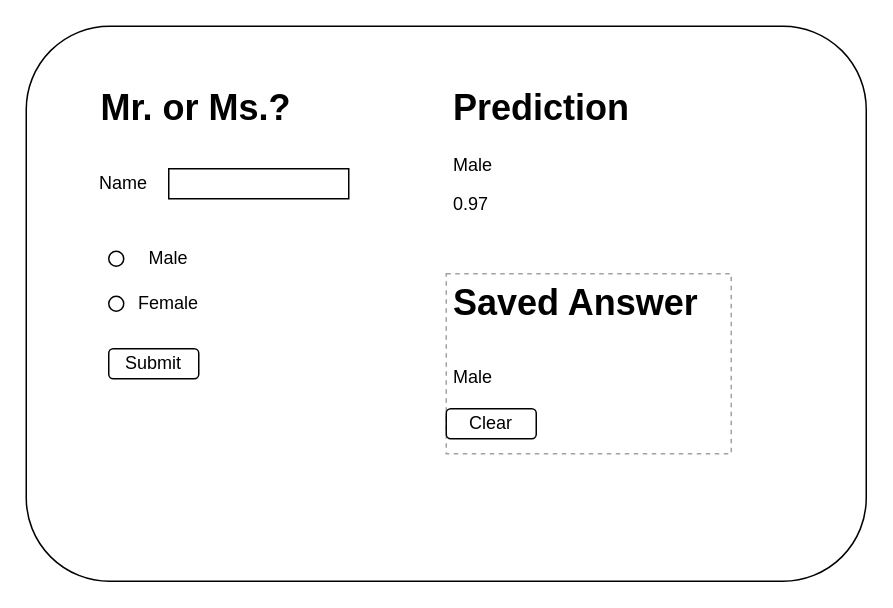
1995parham-teaching/ie-exam keeps this draw.io diagram as page "content" (2 of 2) of genderize/genderize.drawio. Above is the earlier version. Source tidied: cells renumbered, new cells numbered last; positions are measured from the earlier drawing's top-left corner, leaving out a move shared by most shapes. Both pictures are drawn from the tidied source at 150%, with x=0, y=0 at pixel (26, 26).
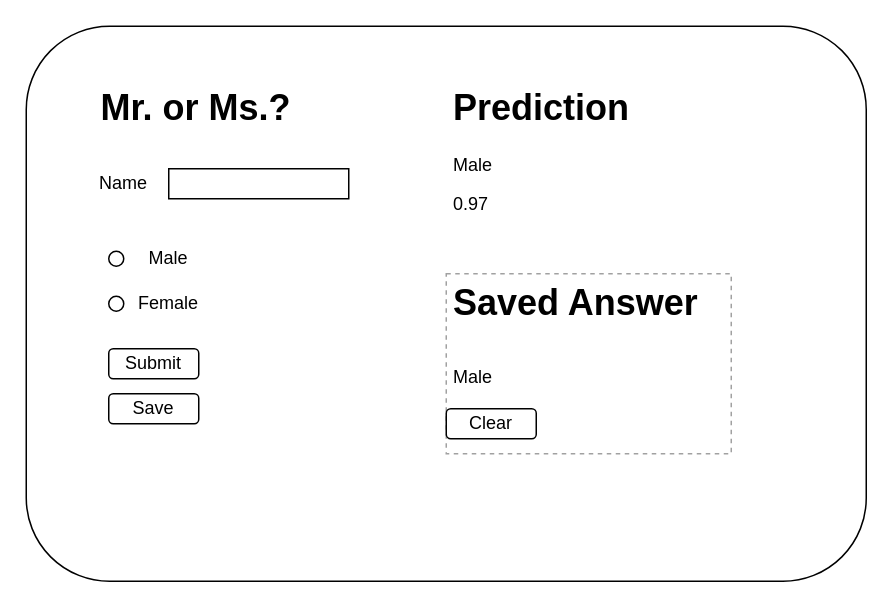
After the change.

Commit message (it also covers changes not shown here):
fix: update genederize design

Change to the diagram source:
```diff
@@
 <mxGraphModel>
   <root>
     <mxCell id="0" />
     <mxCell id="1" parent="0" />
     <mxCell id="2" style="rounded=1;whiteSpace=wrap;html=1;" parent="1" vertex="1">
       <mxGeometry width="560" height="370" as="geometry" />
     </mxCell>
     <mxCell id="3" value="&lt;h1&gt;Mr. or Ms.?&lt;/h1&gt;&lt;div&gt;&lt;br&gt;&lt;/div&gt;&lt;p&gt;&lt;/p&gt;" style="text;html=1;strokeColor=none;fillColor=none;spacing=5;spacingTop=-20;whiteSpace=wrap;overflow=hidden;rounded=0;" parent="1" vertex="1">
       <mxGeometry x="45" y="35" width="190" height="40" as="geometry" />
     </mxCell>
     <mxCell id="4" value="Name" style="text;html=1;strokeColor=none;fillColor=none;align=center;verticalAlign=middle;whiteSpace=wrap;rounded=0;" parent="1" vertex="1">
       <mxGeometry x="45" y="95" width="40" height="20" as="geometry" />
     </mxCell>
     <mxCell id="5" style="rounded=0;whiteSpace=wrap;html=1;" parent="1" vertex="1">
       <mxGeometry x="95" y="95" width="120" height="20" as="geometry" />
     </mxCell>
     <mxCell id="6" style="ellipse;whiteSpace=wrap;html=1;" parent="1" vertex="1">
       <mxGeometry x="55" y="150" width="10" height="10" as="geometry" />
     </mxCell>
     <mxCell id="7" value="Male" style="text;html=1;strokeColor=none;fillColor=none;align=center;verticalAlign=middle;whiteSpace=wrap;rounded=0;" parent="1" vertex="1">
       <mxGeometry x="75" y="145" width="40" height="20" as="geometry" />
     </mxCell>
     <mxCell id="8" style="ellipse;whiteSpace=wrap;html=1;" parent="1" vertex="1">
       <mxGeometry x="55" y="180" width="10" height="10" as="geometry" />
     </mxCell>
     <mxCell id="9" value="Female" style="text;html=1;strokeColor=none;fillColor=none;align=center;verticalAlign=middle;whiteSpace=wrap;rounded=0;" parent="1" vertex="1">
       <mxGeometry x="75" y="175" width="40" height="20" as="geometry" />
     </mxCell>
     <mxCell id="10" value="Submit" style="rounded=1;whiteSpace=wrap;html=1;" parent="1" vertex="1">
       <mxGeometry x="55" y="215" width="60" height="20" as="geometry" />
     </mxCell>
     <mxCell id="11" value="&lt;h1&gt;Prediction&lt;/h1&gt;&lt;p&gt;Male&lt;/p&gt;&lt;p&gt;0.97&lt;/p&gt;" style="text;html=1;strokeColor=none;fillColor=none;spacing=5;spacingTop=-20;whiteSpace=wrap;overflow=hidden;rounded=0;" parent="1" vertex="1">
       <mxGeometry x="280" y="35" width="190" height="120" as="geometry" />
     </mxCell>
     <mxCell id="12" value="&lt;h1&gt;&lt;span&gt;Saved Answer&lt;/span&gt;&lt;/h1&gt;&lt;h1&gt;&lt;span style=&quot;font-size: 12px ; font-weight: normal&quot;&gt;Male&lt;/span&gt;&lt;br&gt;&lt;/h1&gt;" style="text;html=1;spacing=5;spacingTop=-20;whiteSpace=wrap;overflow=hidden;rounded=0;dashed=1;strokeColor=#A1A1A1;" parent="1" vertex="1">
       <mxGeometry x="280" y="165" width="190" height="120" as="geometry" />
     </mxCell>
     <mxCell id="13" value="Clear" style="rounded=1;whiteSpace=wrap;html=1;" parent="1" vertex="1">
       <mxGeometry x="280" y="255" width="60" height="20" as="geometry" />
     </mxCell>
+    <mxCell id="14" value="Save" style="rounded=1;whiteSpace=wrap;html=1;" parent="1" vertex="1">
+      <mxGeometry x="55" y="245" width="60" height="20" as="geometry" />
+    </mxCell>
   </root>
 </mxGraphModel>
```
